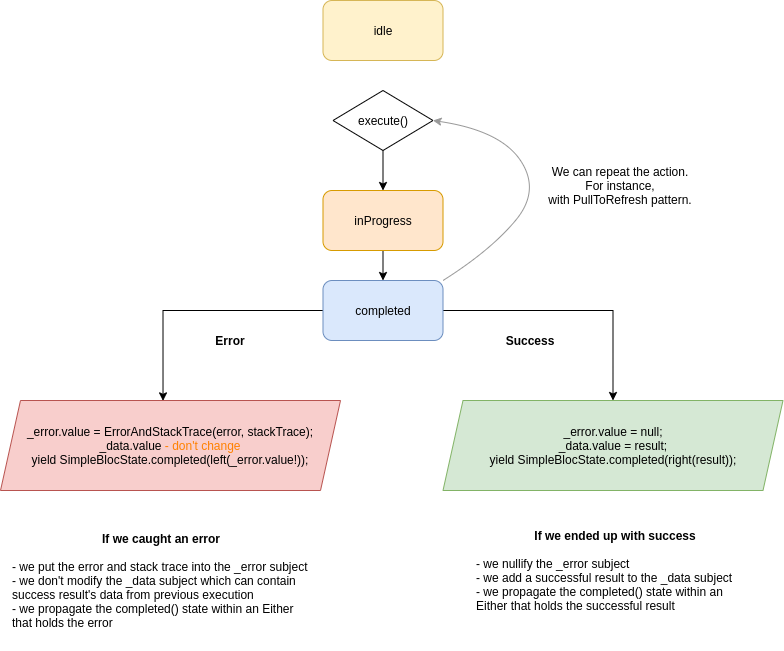
The draw.io diagram SimpleBloc usage diagram.png in maxeema/drawio, before a commit. Source tidied: cells renumbered, new cells last; positions are measured from the earlier drawing's top-left corner, leaving out a move shared by most shapes.
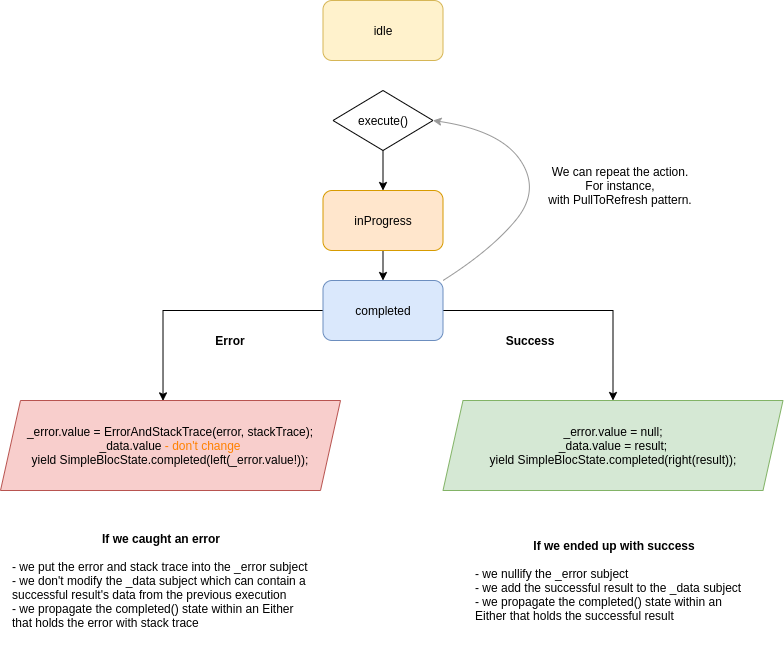
After the commit.

Change to the diagram source:
```diff
@@ -50,11 +50,11 @@
     <mxCell id="15" value="We can repeat the action.&lt;br&gt;For instance, with&amp;nbsp;PullToRefresh pattern." style="text;html=1;strokeColor=none;fillColor=none;align=center;verticalAlign=middle;whiteSpace=wrap;rounded=0;" parent="1" vertex="1">
       <mxGeometry x="540" y="160" width="160" height="50" as="geometry" />
     </mxCell>
-    <mxCell id="16" value="&lt;div style=&quot;text-align: center&quot;&gt;&lt;span&gt;&lt;b&gt;If we caught an error&lt;/b&gt;&lt;/span&gt;&lt;/div&gt;&lt;br&gt;- we put the error and stack trace into the _error subject&lt;br&gt;- we don't modify the _data subject which can contain success result's data from previous execution&lt;br&gt;- we propagate the completed() state within an Either that holds the error" style="text;html=1;strokeColor=none;fillColor=none;align=left;verticalAlign=middle;whiteSpace=wrap;rounded=0;" parent="1" vertex="1">
+    <mxCell id="16" value="&lt;div style=&quot;text-align: center&quot;&gt;&lt;span&gt;&lt;b&gt;If we caught an error&lt;/b&gt;&lt;/span&gt;&lt;/div&gt;&lt;br&gt;- we put the error and stack trace into the _error subject&lt;br&gt;- we don't modify the _data subject which can contain a successful result's data from the previous execution&lt;br&gt;- we propagate the completed() state within an Either that holds the error with stack trace" style="text;html=1;strokeColor=none;fillColor=none;align=left;verticalAlign=middle;whiteSpace=wrap;rounded=0;" parent="1" vertex="1">
       <mxGeometry x="10" y="510" width="300" height="140" as="geometry" />
     </mxCell>
-    <mxCell id="17" value="&lt;div style=&quot;text-align: center&quot;&gt;&lt;span&gt;&lt;b&gt;If we ended up with success&lt;/b&gt;&lt;/span&gt;&lt;/div&gt;&lt;br&gt;- we nullify the _error subject&lt;br&gt;- we add a successful result to the _data subject&lt;br&gt;- we propagate the completed() state within an Either that holds the successful result" style="text;html=1;strokeColor=none;fillColor=none;align=left;verticalAlign=middle;whiteSpace=wrap;rounded=0;" parent="1" vertex="1">
-      <mxGeometry x="474" y="500" width="280" height="140" as="geometry" />
+    <mxCell id="17" value="&lt;div style=&quot;text-align: center&quot;&gt;&lt;span&gt;&lt;b&gt;If we ended up with success&lt;/b&gt;&lt;/span&gt;&lt;/div&gt;&lt;br&gt;&lt;div&gt;&lt;span&gt;- we nullify the _error subject&lt;/span&gt;&lt;br&gt;&lt;/div&gt;&lt;div&gt;- we add the successful result to the _data subject&lt;/div&gt;&lt;div&gt;- we propagate the completed() state within an Either that holds the successful result&lt;/div&gt;" style="text;html=1;strokeColor=none;fillColor=none;align=left;verticalAlign=middle;whiteSpace=wrap;rounded=0;" parent="1" vertex="1">
+      <mxGeometry x="472.5" y="510" width="280" height="140" as="geometry" />
     </mxCell>
   </root>
 </mxGraphModel>
```
